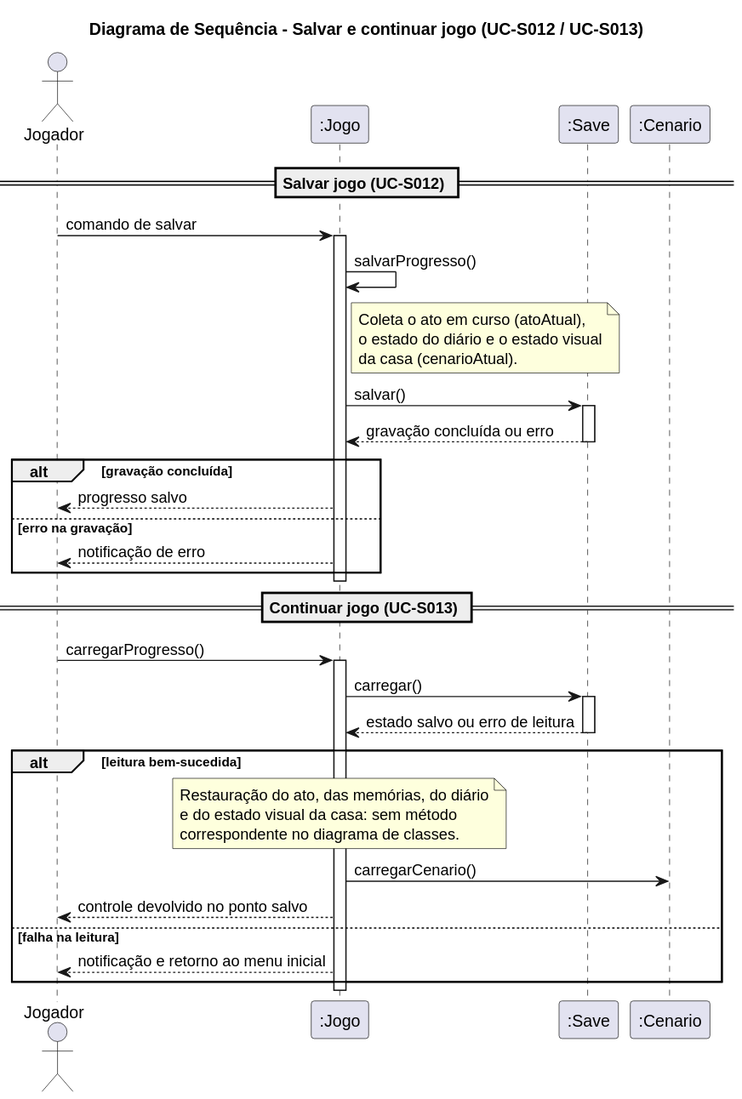
Earlier version of the PlantUML export docs/diagramas/sequencia-salvar-continuar.svg (omatheusfaria/Ani).
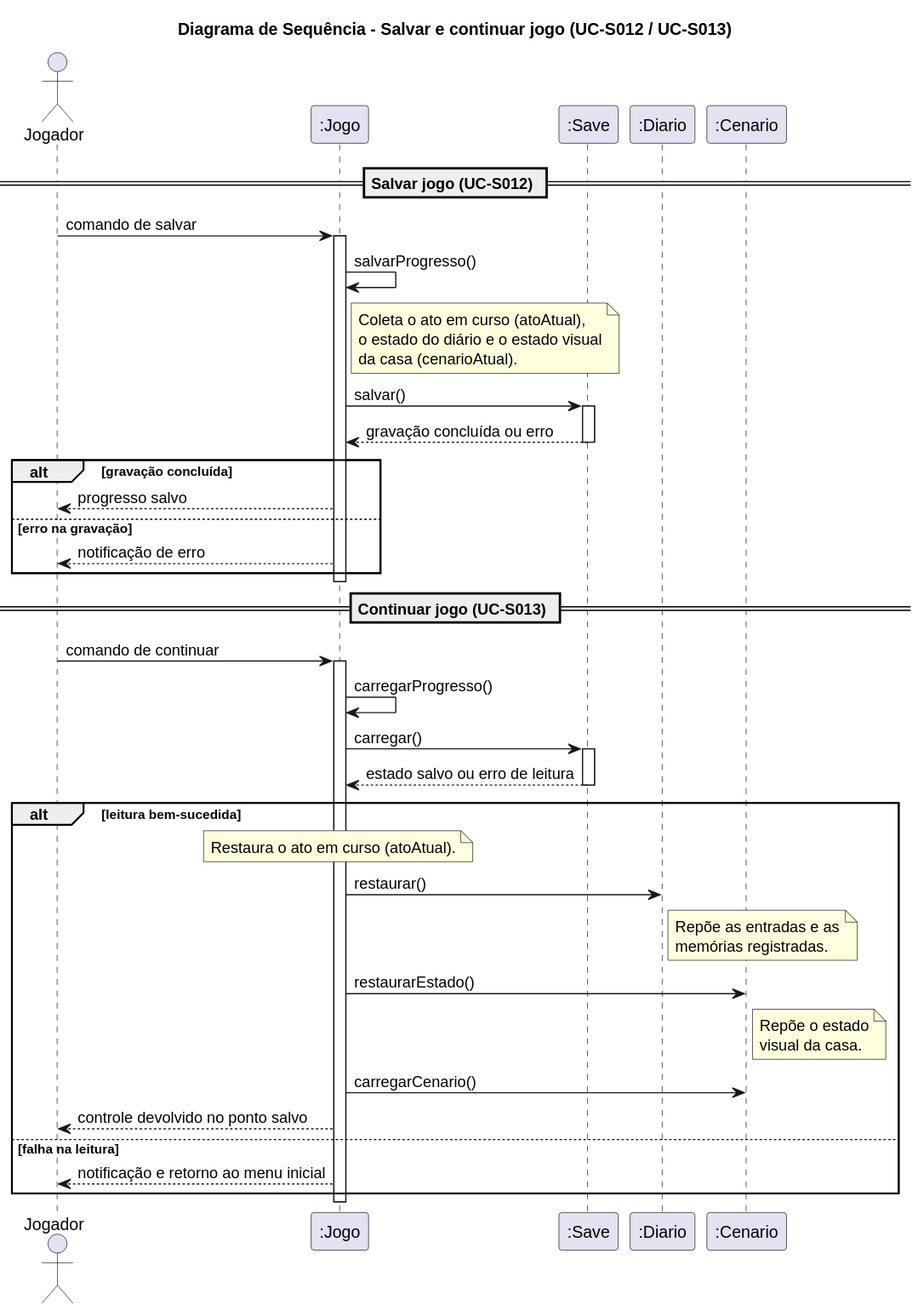
Above is the later version.

Commit message:
Acrescenta Diario.restaurar() e Cenario.restaurarEstado() e faz Jogo.carregarProgresso() restaurar ato, memórias, diário e casa (item 60, decisão 4)

What changed in the source:
```diff
@@ -4,6 +4,7 @@
 actor Jogador
 participant ":Jogo" as Jogo
 participant ":Save" as Save
+participant ":Diario" as Diario
 participant ":Cenario" as Cen
 
 == Salvar jogo (UC-S012) ==
@@ -27,18 +28,19 @@
 deactivate Jogo
 
 == Continuar jogo (UC-S013) ==
-Jogador -> Jogo : carregarProgresso()
+Jogador -> Jogo : comando de continuar
 activate Jogo
+Jogo -> Jogo : carregarProgresso()
 Jogo -> Save : carregar()
 activate Save
 Save --> Jogo : estado salvo ou erro de leitura
 deactivate Save
 alt leitura bem-sucedida
-  note over Jogo
-    Restauração do ato, das memórias, do diário
-    e do estado visual da casa: sem método
-    correspondente no diagrama de classes.
-  end note
+  note over Jogo : Restaura o ato em curso (atoAtual).
+  Jogo -> Diario : restaurar()
+  note right of Diario : Repõe as entradas e as\nmemórias registradas.
+  Jogo -> Cen : restaurarEstado()
+  note right of Cen : Repõe o estado\nvisual da casa.
   Jogo -> Cen : carregarCenario()
   Jogo --> Jogador : controle devolvido no ponto salvo
 else falha na leitura
```
